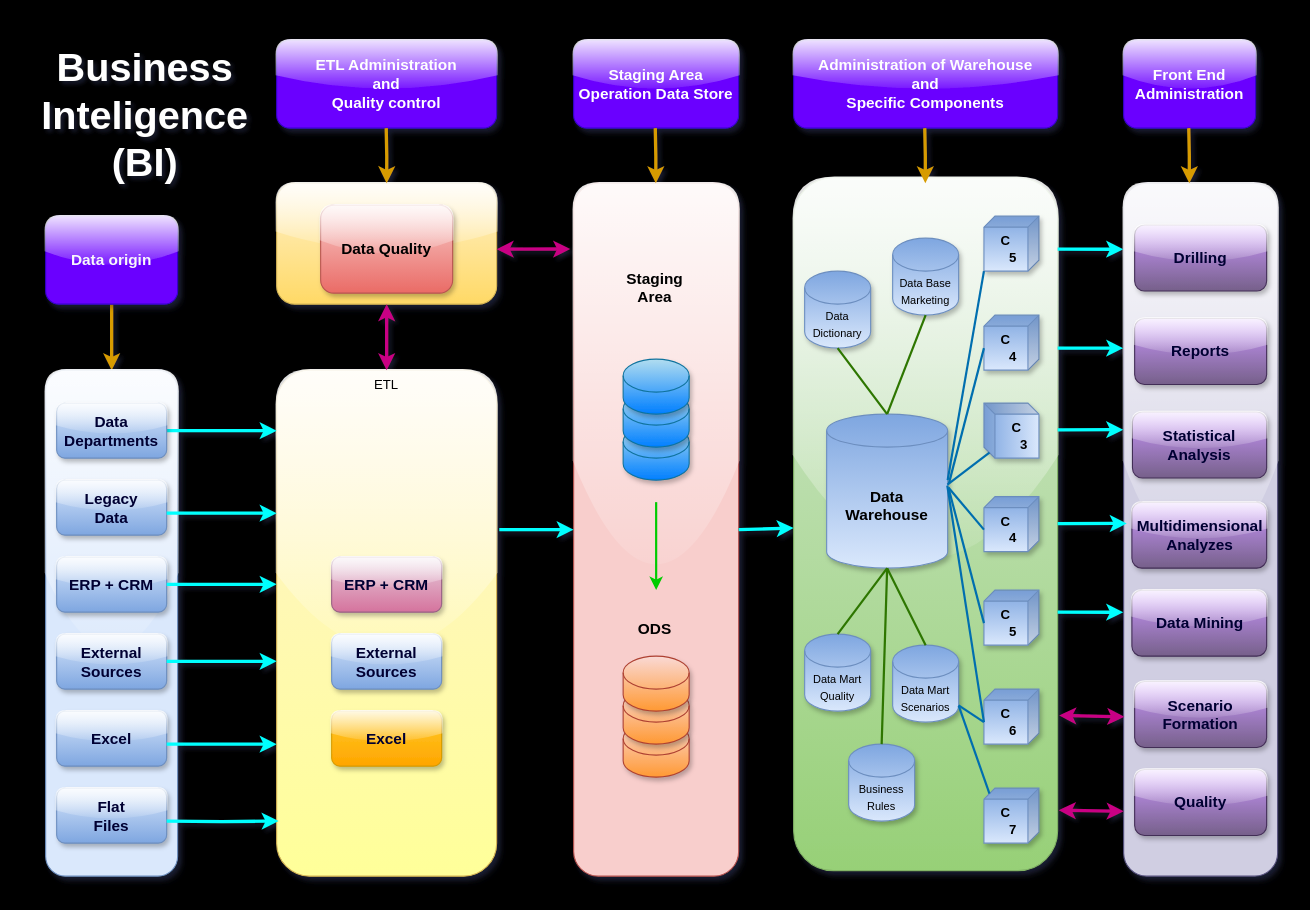
Before: Diagrama BI.drawio in luizcloud/Guia_de_Estudo_Numpy_Basic, a draw.io diagram. Source tidied: cells renumbered, new cells numbered last; positions are measured from the earlier drawing's top-left corner, leaving out a move shared by most shapes. Both pictures are drawn from the tidied source at 110%, with x=0, y=0 at pixel (23, 23).
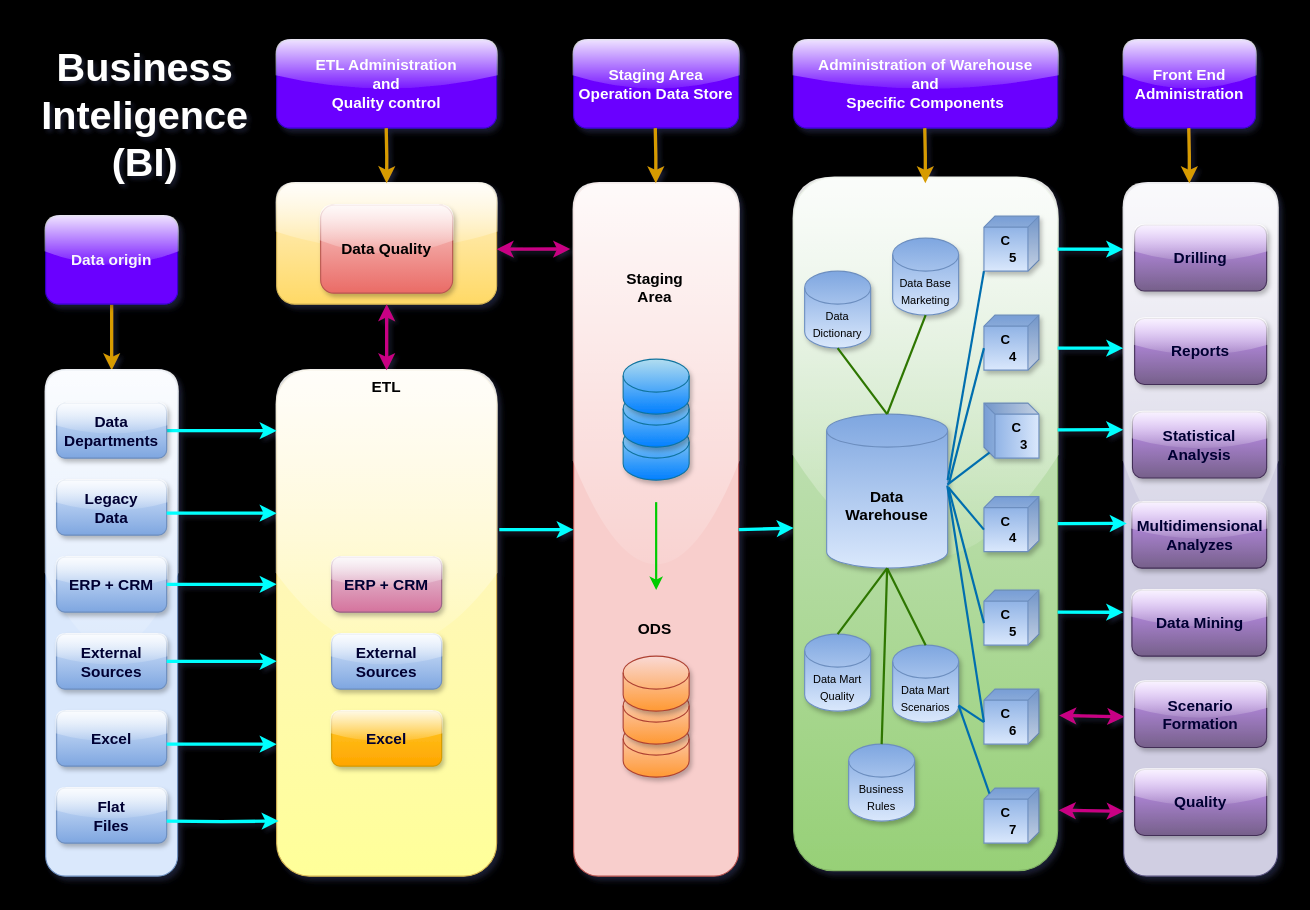
The same diagram, later.

What changed in the source:
```diff
@@
-    <mxCell id="5" value="ETL" style="rounded=1;whiteSpace=wrap;html=1;fillColor=#fff2cc;strokeColor=#d6b656;align=center;gradientColor=#FFFF99;verticalAlign=top;horizontal=1;gradientDirection=south;glass=1;shadow=1;" parent="1" vertex="1">
+    <mxCell id="5" value="&lt;b&gt;&lt;font style=&quot;font-size: 14px;&quot;&gt;ETL&lt;/font&gt;&lt;/b&gt;" style="rounded=1;whiteSpace=wrap;html=1;fillColor=#fff2cc;strokeColor=#d6b656;align=center;gradientColor=#FFFF99;verticalAlign=top;horizontal=1;gradientDirection=south;glass=1;shadow=1;" parent="1" vertex="1">
       <mxGeometry x="230" y="315" width="200" height="460" as="geometry" />
     </mxCell>
```
